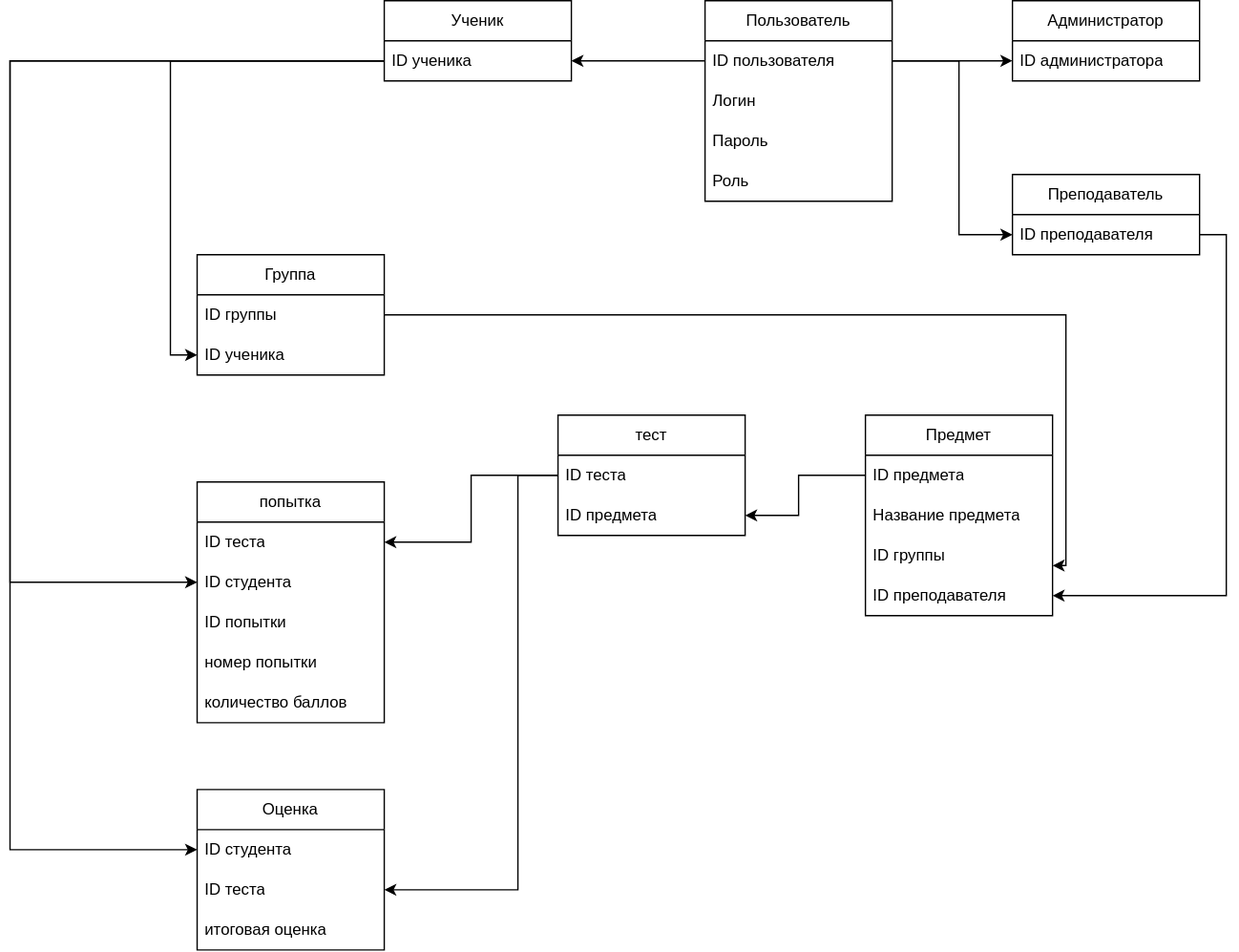
Before: task4.svg, a diagram exported from draw.io (Mnplay01/isis). Source tidied: cells renumbered, new cells last; positions are measured from the earlier drawing's top-left corner, leaving out a move shared by most shapes.
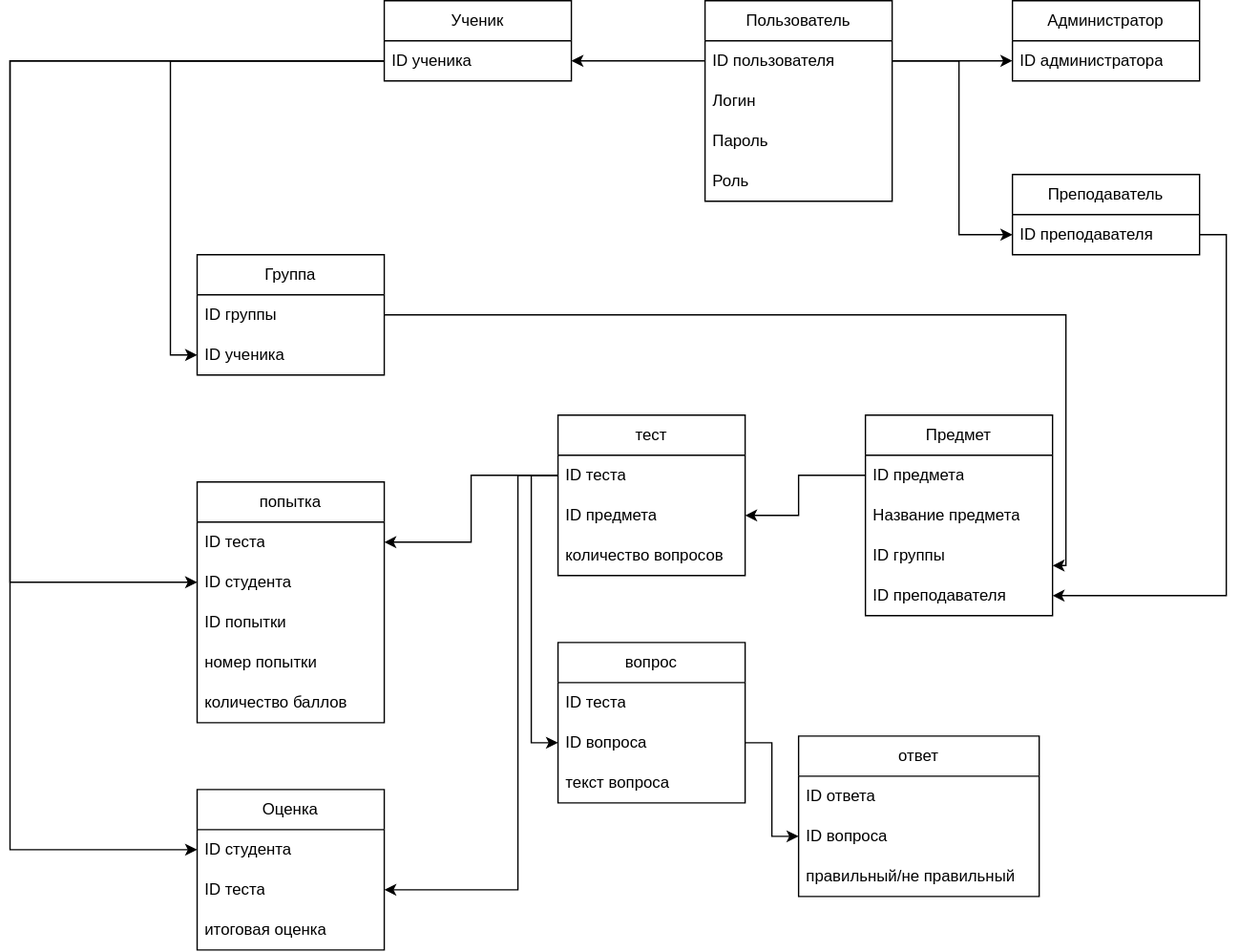
After the commit.

What changed in the source:
```diff
@@ -114,7 +114,7 @@
       </mxGeometry>
     </mxCell>
     <mxCell id="34" value="тест" style="swimlane;fontStyle=0;horizontal=1;startSize=30;whiteSpace=wrap;html=1;" parent="1" vertex="1">
-      <mxGeometry x="410" y="310" width="140" height="90" as="geometry" />
+      <mxGeometry x="410" y="310" width="140" height="120" as="geometry" />
     </mxCell>
     <mxCell id="35" value="ID теста" style="text;strokeColor=none;fillColor=none;align=left;verticalAlign=middle;spacingLeft=4;spacingRight=4;overflow=hidden;points=[[0,0.5],[1,0.5]];portConstraint=eastwest;whiteSpace=wrap;html=1;" parent="34" vertex="1">
       <mxGeometry y="30" width="140" height="30" as="geometry" />
@@ -122,6 +122,9 @@
     <mxCell id="36" value="ID предмета" style="text;strokeColor=none;fillColor=none;align=left;verticalAlign=middle;spacingLeft=4;spacingRight=4;overflow=hidden;points=[[0,0.5],[1,0.5]];portConstraint=eastwest;whiteSpace=wrap;html=1;" parent="34" vertex="1">
       <mxGeometry y="60" width="140" height="30" as="geometry" />
     </mxCell>
+    <mxCell id="45" value="количество вопросов" style="text;strokeColor=none;fillColor=none;align=left;verticalAlign=middle;spacingLeft=4;spacingRight=4;overflow=hidden;whiteSpace=wrap;html=1;" parent="34" vertex="1">
+      <mxGeometry y="90" width="140" height="30" as="geometry" />
+    </mxCell>
     <mxCell id="37" value="Оценка" style="swimlane;fontStyle=0;horizontal=1;startSize=30;whiteSpace=wrap;html=1;" parent="1" vertex="1">
       <mxGeometry x="140" y="590" width="140" height="120" as="geometry" />
     </mxCell>
@@ -161,5 +164,40 @@
         </Array>
       </mxGeometry>
     </mxCell>
+    <mxCell id="46" value="вопрос" style="swimlane;fontStyle=0;horizontal=1;startSize=30;whiteSpace=wrap;html=1;" parent="1" vertex="1">
+      <mxGeometry x="410" y="480" width="140" height="120" as="geometry" />
+    </mxCell>
+    <mxCell id="47" value="ID теста" style="text;strokeColor=none;fillColor=none;align=left;verticalAlign=middle;spacingLeft=4;spacingRight=4;overflow=hidden;whiteSpace=wrap;html=1;" parent="46" vertex="1">
+      <mxGeometry y="30" width="140" height="30" as="geometry" />
+    </mxCell>
+    <mxCell id="48" value="ID вопроса" style="text;strokeColor=none;fillColor=none;align=left;verticalAlign=middle;spacingLeft=4;spacingRight=4;overflow=hidden;points=[[0,0.5],[1,0.5]];portConstraint=eastwest;whiteSpace=wrap;html=1;" parent="46" vertex="1">
+      <mxGeometry y="60" width="140" height="30" as="geometry" />
+    </mxCell>
+    <mxCell id="49" value="текст вопроса" style="text;strokeColor=none;fillColor=none;align=left;verticalAlign=middle;spacingLeft=4;spacingRight=4;overflow=hidden;whiteSpace=wrap;html=1;" parent="46" vertex="1">
+      <mxGeometry y="90" width="140" height="30" as="geometry" />
+    </mxCell>
+    <mxCell id="50" value="ответ" style="swimlane;fontStyle=0;horizontal=1;startSize=30;whiteSpace=wrap;html=1;" parent="1" vertex="1">
+      <mxGeometry x="590" y="550" width="180" height="120" as="geometry" />
+    </mxCell>
+    <mxCell id="51" value="ID ответа" style="text;strokeColor=none;fillColor=none;align=left;verticalAlign=middle;spacingLeft=4;spacingRight=4;overflow=hidden;whiteSpace=wrap;html=1;" parent="50" vertex="1">
+      <mxGeometry y="30" width="180" height="30" as="geometry" />
+    </mxCell>
+    <mxCell id="52" value="ID вопроса" style="text;strokeColor=none;fillColor=none;align=left;verticalAlign=middle;spacingLeft=4;spacingRight=4;overflow=hidden;points=[[0,0.5],[1,0.5]];portConstraint=eastwest;whiteSpace=wrap;html=1;" parent="50" vertex="1">
+      <mxGeometry y="60" width="180" height="30" as="geometry" />
+    </mxCell>
+    <mxCell id="53" value="правильный/не правильный" style="text;strokeColor=none;fillColor=none;align=left;verticalAlign=middle;spacingLeft=4;spacingRight=4;overflow=hidden;whiteSpace=wrap;html=1;" parent="50" vertex="1">
+      <mxGeometry y="90" width="180" height="30" as="geometry" />
+    </mxCell>
+    <mxCell id="54" style="edgeStyle=orthogonalEdgeStyle;rounded=0;jettySize=auto;html=1;entryX=0;entryY=0.5;entryDx=0;entryDy=0;" parent="1" edge="1" source="48" target="52">
+      <mxGeometry relative="1" as="geometry" />
+    </mxCell>
+    <mxCell id="55" style="endArrow=classic;html=1;rounded=0;exitX=0;exitY=0.5;exitDx=0;exitDy=0;entryX=0;entryY=0.5;entryDx=0;entryDy=0;" parent="1" edge="1" source="35" target="48">
+      <mxGeometry x="0.04" relative="1" as="geometry">
+        <Array as="points">
+          <mxPoint x="390" y="355" />
+          <mxPoint x="390" y="555" />
+        </Array>
+      </mxGeometry>
+    </mxCell>
   </root>
 </mxGraphModel>
```
